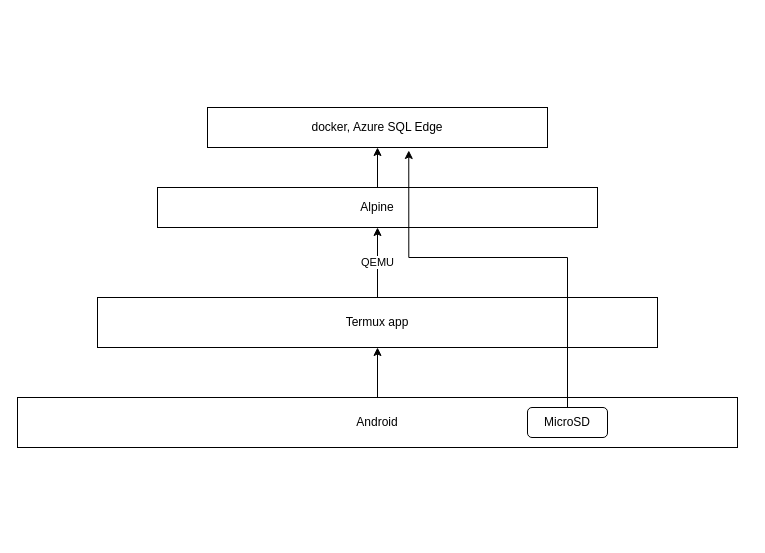
Earlier version of the draw.io diagram Untitled Diagram.drawio (renjieliu/jot). Source tidied: cells renumbered, new cells numbered last; positions are measured from the earlier drawing's top-left corner, leaving out a move shared by most shapes. Both pictures are drawn from the tidied source at 100%, with x=0, y=0 at pixel (17, 107).
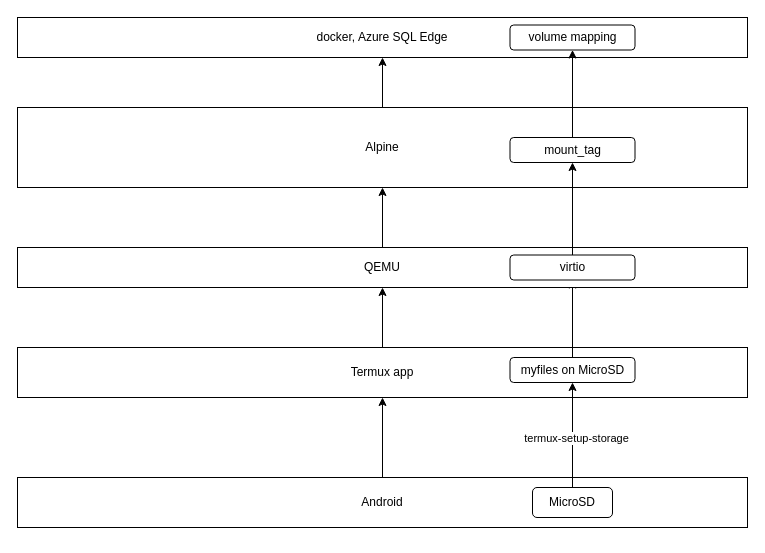
After the change.

What changed in the source:
```diff
@@
     <mxCell id="3" value="Android" style="rounded=0;whiteSpace=wrap;html=1;" parent="1" vertex="1">
-      <mxGeometry y="290" width="720" height="50" as="geometry" />
+      <mxGeometry y="370" width="730" height="50" as="geometry" />
     </mxCell>
-    <mxCell id="4" value="QEMU" style="edgeStyle=orthogonalEdgeStyle;rounded=0;jettySize=auto;html=1;exitX=0.5;exitY=0;exitDx=0;exitDy=0;entryX=0.5;entryY=1;entryDx=0;entryDy=0;" parent="1" edge="1" source="5" target="7">
-      <mxGeometry relative="1" as="geometry" />
-    </mxCell>
+    <mxCell id="12" style="edgeStyle=orthogonalEdgeStyle;rounded=0;jettySize=auto;html=1;exitX=0.5;exitY=0;exitDx=0;exitDy=0;entryX=0.5;entryY=1;entryDx=0;entryDy=0;" parent="1" edge="1" source="5" target="4">
+      <mxGeometry relative="1" as="geometry" />
+    </mxCell>
     <mxCell id="5" value="Termux app" style="rounded=0;whiteSpace=wrap;html=1;" parent="1" vertex="1">
-      <mxGeometry x="80" y="190" width="560" height="50" as="geometry" />
+      <mxGeometry y="240" width="730" height="50" as="geometry" />
     </mxCell>
@@
     <mxCell id="7" value="Alpine" style="rounded=0;whiteSpace=wrap;html=1;" parent="1" vertex="1">
-      <mxGeometry x="140" y="80" width="440" height="40" as="geometry" />
+      <mxGeometry width="730" height="80" as="geometry" />
     </mxCell>
     <mxCell id="8" value="docker, Azure SQL Edge" style="rounded=0;whiteSpace=wrap;html=1;" parent="1" vertex="1">
-      <mxGeometry x="190" width="340" height="40" as="geometry" />
+      <mxGeometry y="-90" width="730" height="40" as="geometry" />
     </mxCell>
@@
     <mxCell id="10" value="MicroSD" style="rounded=1;whiteSpace=wrap;html=1;" parent="1" vertex="1">
-      <mxGeometry x="510" y="300" width="80" height="30" as="geometry" />
+      <mxGeometry x="515" y="380" width="80" height="30" as="geometry" />
     </mxCell>
-    <mxCell id="11" style="edgeStyle=orthogonalEdgeStyle;rounded=0;jettySize=auto;html=1;exitX=0.5;exitY=0;exitDx=0;exitDy=0;entryX=0.592;entryY=1.075;entryDx=0;entryDy=0;entryPerimeter=0;" parent="1" edge="1" source="10" target="8">
-      <mxGeometry relative="1" as="geometry">
-        <Array as="points">
-          <mxPoint x="550" y="150" />
-          <mxPoint x="391" y="150" />
-        </Array>
-      </mxGeometry>
-    </mxCell>
+    <mxCell id="13" style="edgeStyle=orthogonalEdgeStyle;rounded=0;jettySize=auto;html=1;entryX=0.5;entryY=1;entryDx=0;entryDy=0;" parent="1" edge="1" source="10" target="16">
+      <mxGeometry relative="1" as="geometry" />
+    </mxCell>
+    <mxCell id="14" value="termux-setup-storage" style="edgeLabel;html=1;align=center;verticalAlign=middle;" parent="13" vertex="1">
+      <mxGeometry x="0.25" y="-3" relative="1" as="geometry">
+        <mxPoint y="16" as="offset" />
+      </mxGeometry>
+    </mxCell>
+    <mxCell id="15" style="edgeStyle=orthogonalEdgeStyle;rounded=0;jettySize=auto;html=1;exitX=0.5;exitY=0;exitDx=0;exitDy=0;entryX=0.5;entryY=1;entryDx=0;entryDy=0;" parent="1" edge="1" source="16" target="21">
+      <mxGeometry relative="1" as="geometry" />
+    </mxCell>
+    <mxCell id="16" value="myfiles on MicroSD" style="rounded=1;whiteSpace=wrap;html=1;" parent="1" vertex="1">
+      <mxGeometry x="492.5" y="250" width="125" height="25" as="geometry" />
+    </mxCell>
+    <mxCell id="17" style="edgeStyle=orthogonalEdgeStyle;rounded=0;jettySize=auto;html=1;exitX=0.5;exitY=0;exitDx=0;exitDy=0;entryX=0.5;entryY=1;entryDx=0;entryDy=0;" parent="1" edge="1" source="4" target="7">
+      <mxGeometry relative="1" as="geometry" />
+    </mxCell>
+    <mxCell id="4" value="QEMU" style="rounded=0;whiteSpace=wrap;html=1;" parent="1" vertex="1">
+      <mxGeometry y="140" width="730" height="40" as="geometry" />
+    </mxCell>
+    <mxCell id="18" style="edgeStyle=orthogonalEdgeStyle;rounded=0;jettySize=auto;html=1;exitX=0.5;exitY=0;exitDx=0;exitDy=0;entryX=0.5;entryY=1;entryDx=0;entryDy=0;" parent="1" edge="1" source="19" target="22">
+      <mxGeometry relative="1" as="geometry" />
+    </mxCell>
+    <mxCell id="19" value="mount_tag" style="rounded=1;whiteSpace=wrap;html=1;" parent="1" vertex="1">
+      <mxGeometry x="492.5" y="30" width="125" height="25" as="geometry" />
+    </mxCell>
+    <mxCell id="20" style="edgeStyle=orthogonalEdgeStyle;rounded=0;jettySize=auto;html=1;exitX=0.5;exitY=0;exitDx=0;exitDy=0;entryX=0.5;entryY=1;entryDx=0;entryDy=0;" parent="1" edge="1" source="21" target="19">
+      <mxGeometry relative="1" as="geometry" />
+    </mxCell>
+    <mxCell id="21" value="virtio" style="rounded=1;whiteSpace=wrap;html=1;" parent="1" vertex="1">
+      <mxGeometry x="492.5" y="147.5" width="125" height="25" as="geometry" />
+    </mxCell>
+    <mxCell id="22" value="volume mapping" style="rounded=1;whiteSpace=wrap;html=1;" parent="1" vertex="1">
+      <mxGeometry x="492.5" y="-82.5" width="125" height="25" as="geometry" />
+    </mxCell>
```
